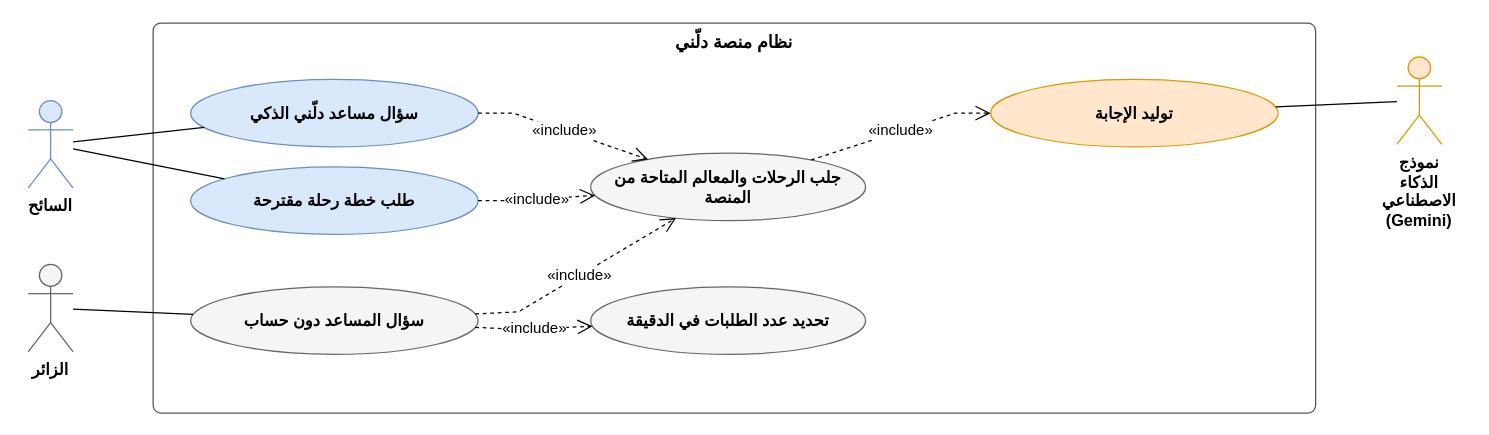
masara-prog/Delni-project keeps this draw.io diagram as مخططات_التحليل_drawio/uc12_ai.drawio. Above is the earlier version. Source tidied: cells renumbered, new cells numbered last; positions are measured from the earlier drawing's top-left corner, leaving out a move shared by most shapes. Both pictures are drawn from the tidied source at 125%, with x=0, y=0 at pixel (28, 22).
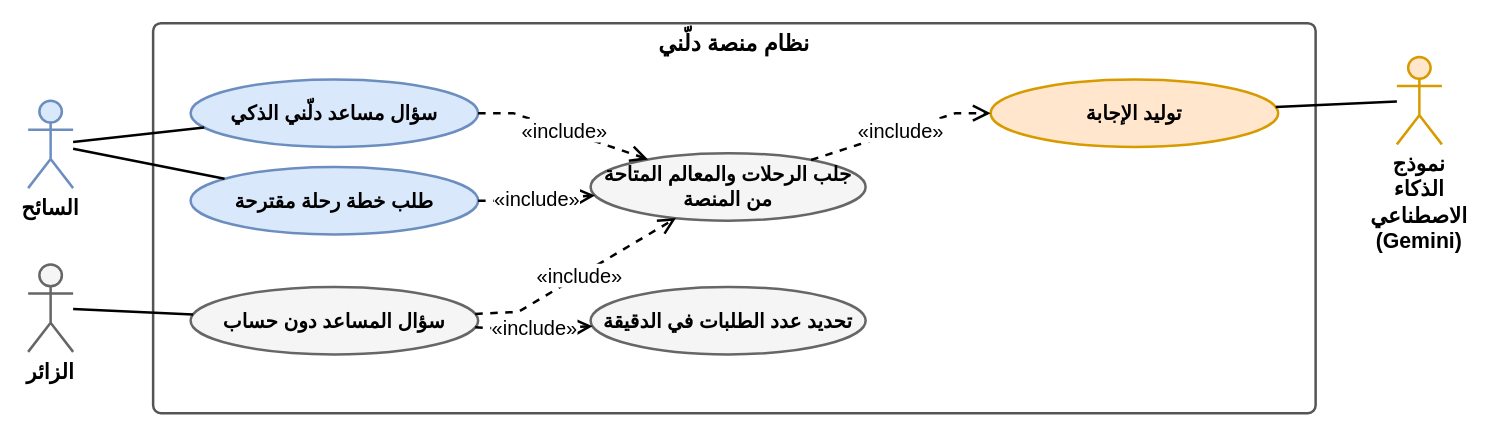
The same diagram, later.

Change to the diagram source:
```diff
@@
-    <mxCell id="2" value="سؤال مساعد دلّني الذكي" style="ellipse;html=1;whiteSpace=wrap;fontFamily=Arial;fontSize=13;fontStyle=1;fillColor=#dae8fc;strokeColor=#6c8ebf;" parent="1" vertex="1">
+    <mxCell id="2" value="سؤال مساعد دلّني الذكي" style="ellipse;html=1;whiteSpace=wrap;fontFamily=Arial;fontSize=16;fontStyle=1;fillColor=#dae8fc;strokeColor=#6c8ebf;strokeWidth=2;" parent="1" vertex="1">
       <mxGeometry x="130" y="45" width="230" height="54" as="geometry" />
     </mxCell>
-    <mxCell id="3" value="طلب خطة رحلة مقترحة" style="ellipse;html=1;whiteSpace=wrap;fontFamily=Arial;fontSize=13;fontStyle=1;fillColor=#dae8fc;strokeColor=#6c8ebf;" parent="1" vertex="1">
+    <mxCell id="3" value="طلب خطة رحلة مقترحة" style="ellipse;html=1;whiteSpace=wrap;fontFamily=Arial;fontSize=16;fontStyle=1;fillColor=#dae8fc;strokeColor=#6c8ebf;strokeWidth=2;" parent="1" vertex="1">
       <mxGeometry x="130" y="115" width="230" height="54" as="geometry" />
     </mxCell>
-    <mxCell id="4" value="السائح" style="shape=umlActor;verticalLabelPosition=bottom;verticalAlign=top;html=1;whiteSpace=wrap;fontFamily=Arial;fontSize=13;fontStyle=1;fillColor=#dae8fc;strokeColor=#6c8ebf;" parent="1" vertex="1">
+    <mxCell id="4" value="السائح" style="shape=umlActor;verticalLabelPosition=bottom;verticalAlign=top;html=1;whiteSpace=wrap;fontFamily=Arial;fontSize=17;fontStyle=1;fillColor=#dae8fc;strokeColor=#6c8ebf;strokeWidth=2;" parent="1" vertex="1">
       <mxGeometry y="62" width="36" height="70" as="geometry" />
     </mxCell>
-    <mxCell id="5" value="سؤال المساعد دون حساب" style="ellipse;html=1;whiteSpace=wrap;fontFamily=Arial;fontSize=13;fontStyle=1;fillColor=#f5f5f5;strokeColor=#666666;" parent="1" vertex="1">
+    <mxCell id="5" value="سؤال المساعد دون حساب" style="ellipse;html=1;whiteSpace=wrap;fontFamily=Arial;fontSize=16;fontStyle=1;fillColor=#f5f5f5;strokeColor=#666666;strokeWidth=2;" parent="1" vertex="1">
       <mxGeometry x="130" y="211" width="230" height="54" as="geometry" />
     </mxCell>
-    <mxCell id="6" value="الزائر" style="shape=umlActor;verticalLabelPosition=bottom;verticalAlign=top;html=1;whiteSpace=wrap;fontFamily=Arial;fontSize=13;fontStyle=1;fillColor=#f5f5f5;strokeColor=#666666;" parent="1" vertex="1">
+    <mxCell id="6" value="الزائر" style="shape=umlActor;verticalLabelPosition=bottom;verticalAlign=top;html=1;whiteSpace=wrap;fontFamily=Arial;fontSize=17;fontStyle=1;fillColor=#f5f5f5;strokeColor=#666666;strokeWidth=2;" parent="1" vertex="1">
       <mxGeometry y="193" width="36" height="70" as="geometry" />
     </mxCell>
-    <mxCell id="7" value="توليد الإجابة" style="ellipse;html=1;whiteSpace=wrap;fontFamily=Arial;fontSize=13;fontStyle=1;fillColor=#ffe6cc;strokeColor=#d79b00;" parent="1" vertex="1">
+    <mxCell id="7" value="توليد الإجابة" style="ellipse;html=1;whiteSpace=wrap;fontFamily=Arial;fontSize=16;fontStyle=1;fillColor=#ffe6cc;strokeColor=#d79b00;strokeWidth=2;" parent="1" vertex="1">
       <mxGeometry x="770" y="45" width="230" height="54" as="geometry" />
     </mxCell>
-    <mxCell id="8" value="نموذج الذكاء الاصطناعي&lt;br&gt;(Gemini)" style="shape=umlActor;verticalLabelPosition=bottom;verticalAlign=top;html=1;whiteSpace=wrap;fontFamily=Arial;fontSize=13;fontStyle=1;fillColor=#ffe6cc;strokeColor=#d79b00;" parent="1" vertex="1">
+    <mxCell id="8" value="نموذج الذكاء الاصطناعي&lt;br&gt;(Gemini)" style="shape=umlActor;verticalLabelPosition=bottom;verticalAlign=top;html=1;whiteSpace=wrap;fontFamily=Arial;fontSize=17;fontStyle=1;fillColor=#ffe6cc;strokeColor=#d79b00;strokeWidth=2;" parent="1" vertex="1">
       <mxGeometry x="1095" y="27" width="36" height="70" as="geometry" />
     </mxCell>
-    <mxCell id="9" value="جلب الرحلات والمعالم المتاحة من المنصة" style="ellipse;html=1;whiteSpace=wrap;fontFamily=Arial;fontSize=13;fontStyle=1;fillColor=#f5f5f5;strokeColor=#666666;" parent="1" vertex="1">
+    <mxCell id="9" value="جلب الرحلات والمعالم المتاحة من المنصة" style="ellipse;html=1;whiteSpace=wrap;fontFamily=Arial;fontSize=16;fontStyle=1;fillColor=#f5f5f5;strokeColor=#666666;strokeWidth=2;" parent="1" vertex="1">
       <mxGeometry x="450" y="104" width="220" height="54" as="geometry" />
     </mxCell>
-    <mxCell id="10" value="تحديد عدد الطلبات في الدقيقة" style="ellipse;html=1;whiteSpace=wrap;fontFamily=Arial;fontSize=13;fontStyle=1;fillColor=#f5f5f5;strokeColor=#666666;" parent="1" vertex="1">
+    <mxCell id="10" value="تحديد عدد الطلبات في الدقيقة" style="ellipse;html=1;whiteSpace=wrap;fontFamily=Arial;fontSize=16;fontStyle=1;fillColor=#f5f5f5;strokeColor=#666666;strokeWidth=2;" parent="1" vertex="1">
       <mxGeometry x="450" y="211" width="220" height="54" as="geometry" />
     </mxCell>
-    <mxCell id="11" value="نظام منصة دلّني" style="rounded=1;arcSize=2;verticalAlign=top;fillColor=none;html=1;whiteSpace=wrap;fontFamily=Arial;fontSize=14;fontStyle=1;strokeColor=#555555;" parent="1" vertex="1">
+    <mxCell id="11" value="نظام منصة دلّني" style="rounded=1;arcSize=2;verticalAlign=top;fillColor=none;html=1;whiteSpace=wrap;fontFamily=Arial;fontSize=18;fontStyle=1;strokeColor=#555555;strokeWidth=2;" parent="1" vertex="1">
       <mxGeometry x="100" width="930" height="312" as="geometry" />
     </mxCell>
-    <mxCell id="12" style="endArrow=none;html=1;rounded=0;fontFamily=Arial;fontSize=12;labelBackgroundColor=#ffffff;" parent="1" edge="1" source="4" target="2">
+    <mxCell id="12" style="endArrow=none;html=1;rounded=0;fontFamily=Arial;fontSize=16;labelBackgroundColor=#ffffff;strokeWidth=2;" parent="1" edge="1" source="4" target="2">
       <mxGeometry relative="1" as="geometry" />
     </mxCell>
-    <mxCell id="13" style="endArrow=none;html=1;rounded=0;fontFamily=Arial;fontSize=12;labelBackgroundColor=#ffffff;" parent="1" edge="1" source="4" target="3">
+    <mxCell id="13" style="endArrow=none;html=1;rounded=0;fontFamily=Arial;fontSize=16;labelBackgroundColor=#ffffff;strokeWidth=2;" parent="1" edge="1" source="4" target="3">
       <mxGeometry relative="1" as="geometry" />
     </mxCell>
-    <mxCell id="14" style="endArrow=none;html=1;rounded=0;fontFamily=Arial;fontSize=12;labelBackgroundColor=#ffffff;" parent="1" edge="1" source="6" target="5">
+    <mxCell id="14" style="endArrow=none;html=1;rounded=0;fontFamily=Arial;fontSize=16;labelBackgroundColor=#ffffff;strokeWidth=2;" parent="1" edge="1" source="6" target="5">
       <mxGeometry relative="1" as="geometry" />
     </mxCell>
-    <mxCell id="15" style="endArrow=none;html=1;rounded=0;fontFamily=Arial;fontSize=12;labelBackgroundColor=#ffffff;" parent="1" edge="1" source="8" target="7">
+    <mxCell id="15" style="endArrow=none;html=1;rounded=0;fontFamily=Arial;fontSize=16;labelBackgroundColor=#ffffff;strokeWidth=2;" parent="1" edge="1" source="8" target="7">
       <mxGeometry relative="1" as="geometry" />
     </mxCell>
-    <mxCell id="16" value="«include»" style="dashed=1;endArrow=open;endSize=10;html=1;rounded=0;fontFamily=Arial;fontSize=12;labelBackgroundColor=#ffffff;" parent="1" edge="1" source="2" target="9">
+    <mxCell id="16" value="«include»" style="dashed=1;endArrow=open;endSize=10;html=1;rounded=0;fontFamily=Arial;fontSize=16;labelBackgroundColor=#ffffff;strokeWidth=2;" parent="1" edge="1" source="2" target="9">
       <mxGeometry relative="1" as="geometry">
         <Array as="points">
           <mxPoint x="388" y="72" />
         </Array>
       </mxGeometry>
     </mxCell>
-    <mxCell id="17" value="«include»" style="dashed=1;endArrow=open;endSize=10;html=1;rounded=0;fontFamily=Arial;fontSize=12;labelBackgroundColor=#ffffff;" parent="1" edge="1" source="3" target="9">
+    <mxCell id="17" value="«include»" style="dashed=1;endArrow=open;endSize=10;html=1;rounded=0;fontFamily=Arial;fontSize=16;labelBackgroundColor=#ffffff;strokeWidth=2;" parent="1" edge="1" source="3" target="9">
       <mxGeometry relative="1" as="geometry">
         <Array as="points">
           <mxPoint x="388" y="142" />
         </Array>
       </mxGeometry>
     </mxCell>
-    <mxCell id="18" value="«include»" style="dashed=1;endArrow=open;endSize=10;html=1;rounded=0;fontFamily=Arial;fontSize=12;labelBackgroundColor=#ffffff;" parent="1" edge="1" source="5" target="9">
+    <mxCell id="18" value="«include»" style="dashed=1;endArrow=open;endSize=10;html=1;rounded=0;fontFamily=Arial;fontSize=16;labelBackgroundColor=#ffffff;strokeWidth=2;" parent="1" edge="1" source="5" target="9">
       <mxGeometry relative="1" as="geometry">
         <Array as="points">
           <mxPoint x="392.2" y="231" />
         </Array>
       </mxGeometry>
     </mxCell>
-    <mxCell id="19" value="«include»" style="dashed=1;endArrow=open;endSize=10;html=1;rounded=0;fontFamily=Arial;fontSize=12;labelBackgroundColor=#ffffff;" parent="1" edge="1" source="5" target="10">
+    <mxCell id="19" value="«include»" style="dashed=1;endArrow=open;endSize=10;html=1;rounded=0;fontFamily=Arial;fontSize=16;labelBackgroundColor=#ffffff;strokeWidth=2;" parent="1" edge="1" source="5" target="10">
       <mxGeometry relative="1" as="geometry">
         <Array as="points">
           <mxPoint x="392.2" y="245" />
         </Array>
       </mxGeometry>
     </mxCell>
-    <mxCell id="20" value="«include»" style="dashed=1;endArrow=open;endSize=10;html=1;rounded=0;fontFamily=Arial;fontSize=12;labelBackgroundColor=#ffffff;" parent="1" edge="1" source="9" target="7">
+    <mxCell id="20" value="«include»" style="dashed=1;endArrow=open;endSize=10;html=1;rounded=0;fontFamily=Arial;fontSize=16;labelBackgroundColor=#ffffff;strokeWidth=2;" parent="1" edge="1" source="9" target="7">
       <mxGeometry relative="1" as="geometry">
         <Array as="points">
           <mxPoint x="742" y="72" />
         </Array>
       </mxGeometry>
     </mxCell>
```
